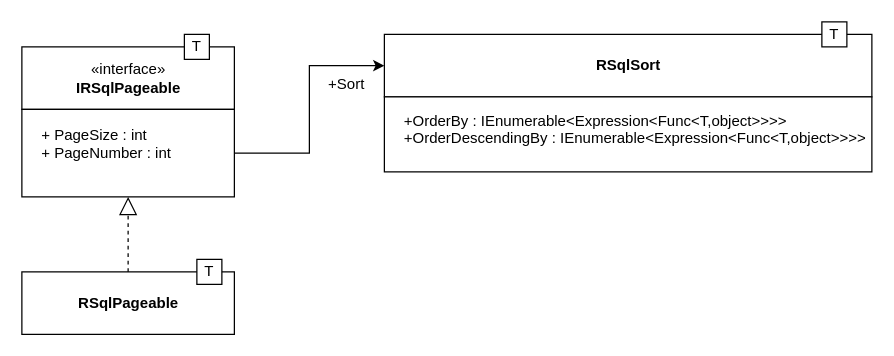
Above: page "uml_IRSqlPageableQuery" (2 of 3) of docs/diagram.drawio in gwendallg/rsql4net (draw.io), before the change. Source tidied: cells renumbered, new cells numbered last; positions are measured from the earlier drawing's top-left corner, leaving out a move shared by most shapes. Both pictures are drawn from the tidied source at 125%, with x=0, y=0 at pixel (21, 21).
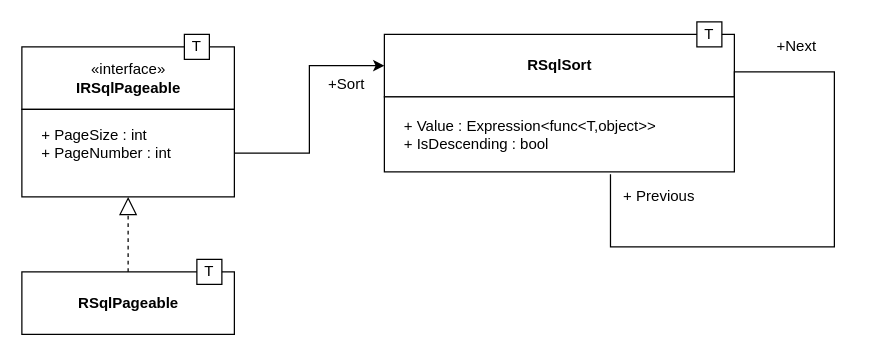
The same diagram, later.

What changed in the source:
```diff
@@
     <mxCell id="7" value="&lt;b&gt;RSqlSort&lt;/b&gt;" style="html=1;" parent="1" vertex="1">
-      <mxGeometry x="290" y="10" width="390" height="50" as="geometry" />
+      <mxGeometry x="290" y="10" width="280" height="50" as="geometry" />
     </mxCell>
     <mxCell id="8" value="T" style="rounded=0;whiteSpace=wrap;html=1;" parent="1" vertex="1">
-      <mxGeometry x="640" width="20" height="20" as="geometry" />
+      <mxGeometry x="540" width="20" height="20" as="geometry" />
     </mxCell>
+    <mxCell id="15" style="edgeStyle=orthogonalEdgeStyle;rounded=0;orthogonalLoop=1;jettySize=auto;html=1;entryX=0.646;entryY=1.033;entryDx=0;entryDy=0;entryPerimeter=0;endArrow=none;endFill=0;" parent="1" edge="1" source="9" target="9">
+      <mxGeometry relative="1" as="geometry">
+        <Array as="points">
+          <mxPoint x="570" y="40" />
+          <mxPoint x="650" y="40" />
+          <mxPoint x="650" y="180" />
+          <mxPoint x="471" y="180" />
+        </Array>
+      </mxGeometry>
+    </mxCell>
     <mxCell id="9" style="rounded=0;whiteSpace=wrap;html=1;" parent="1" vertex="1">
-      <mxGeometry x="290" y="60" width="390" height="60" as="geometry" />
+      <mxGeometry x="290" y="60" width="280" height="60" as="geometry" />
     </mxCell>
-    <mxCell id="10" value="+OrderBy : IEnumerable&lt;Expression&lt;Func&lt;T,object&gt;&gt;&gt;&gt;&#10;+OrderDescendingBy : IEnumerable&lt;Expression&lt;Func&lt;T,object&gt;&gt;&gt;&gt;" style="text;align=left;verticalAlign=top;spacingLeft=4;spacingRight=4;overflow=hidden;rounded=0;shadow=0;html=0;" parent="1" vertex="1">
-      <mxGeometry x="300" y="65.5" width="380" height="44.5" as="geometry" />
-    </mxCell>
@@
+    <mxCell id="16" value="+Next" style="text;html=1;strokeColor=none;fillColor=none;align=center;verticalAlign=middle;whiteSpace=wrap;rounded=0;" parent="1" vertex="1">
+      <mxGeometry x="600" y="10" width="40" height="20" as="geometry" />
+    </mxCell>
+    <mxCell id="17" value="+ Previous" style="text;html=1;strokeColor=none;fillColor=none;align=center;verticalAlign=middle;whiteSpace=wrap;rounded=0;" parent="1" vertex="1">
+      <mxGeometry x="480" y="130" width="60" height="20" as="geometry" />
+    </mxCell>
+    <mxCell id="18" value="+ Value : Expression&lt;func&lt;T,object&gt;&gt;&#10;+ IsDescending : bool&#10;" style="text;align=left;verticalAlign=top;spacingLeft=4;spacingRight=4;overflow=hidden;rounded=0;shadow=0;html=0;" parent="1" vertex="1">
+      <mxGeometry x="300" y="70" width="220" height="53" as="geometry" />
+    </mxCell>
```
